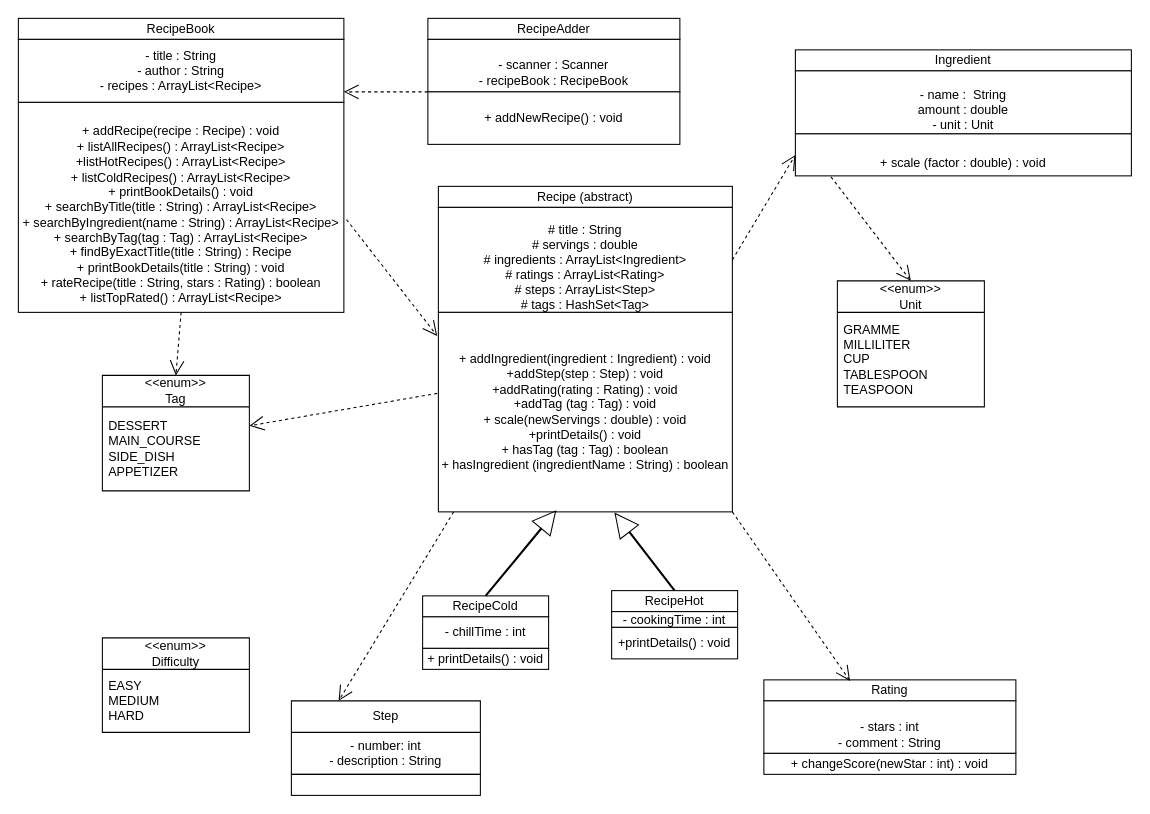
The draw.io diagram UML_LIA Part1.drawio in HTbuilderKid/Recipe_Book_Project, before the edit. Source tidied: cells renumbered, new cells numbered last; positions are measured from the earlier drawing's top-left corner, leaving out a move shared by most shapes. Both pictures are drawn from the tidied source at 105%, with x=0, y=0 at pixel (18, 18).
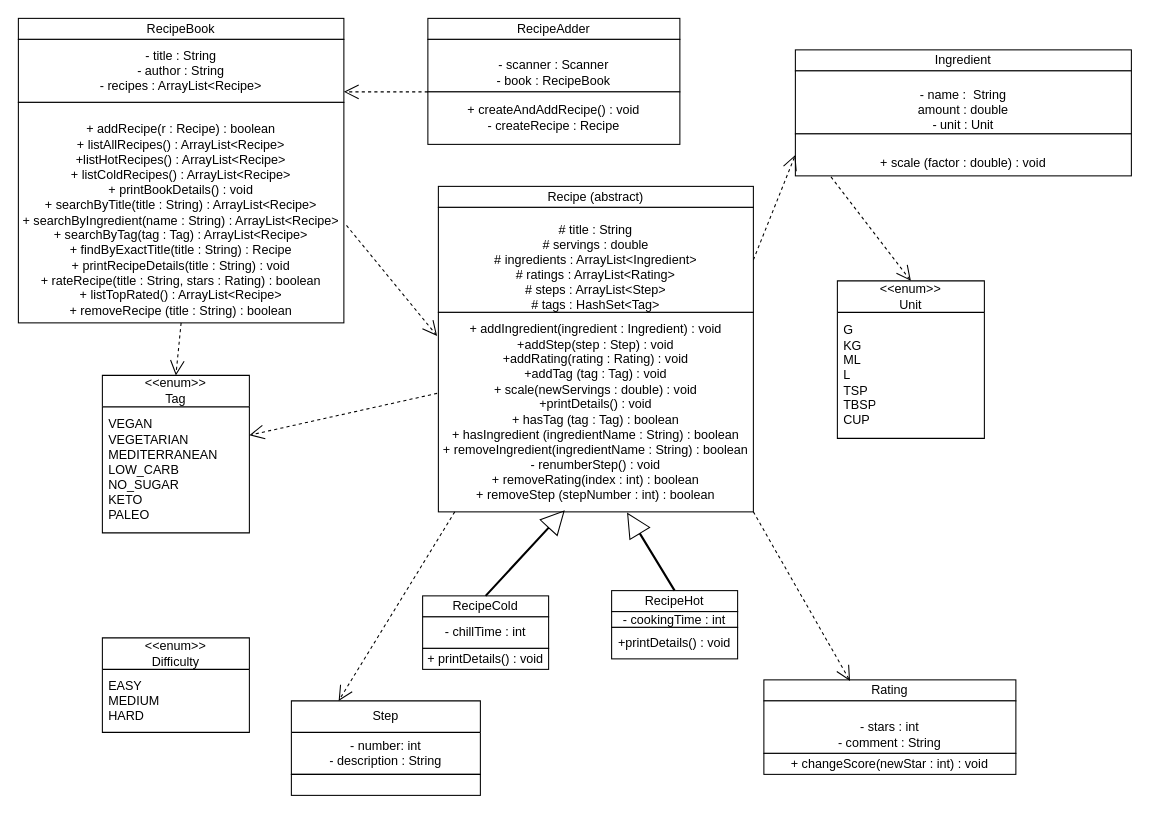
Above is the later version.

What changed in the source:
```diff
@@
-    <mxCell id="4" value="&lt;div&gt;&lt;br&gt;&lt;/div&gt;&lt;div&gt;+ addRecipe(recipe : Recipe) : void&lt;/div&gt;&lt;div&gt;+ listAllRecipes() : ArrayList&amp;lt;Recipe&amp;gt;&lt;/div&gt;&lt;div&gt;+listHotRecipes() : ArrayList&amp;lt;Recipe&amp;gt;&lt;/div&gt;&lt;div&gt;+ listColdRecipes() : ArrayList&amp;lt;Recipe&amp;gt;&lt;/div&gt;&lt;div&gt;+ printBookDetails() : void&lt;/div&gt;&lt;div&gt;+ searchByTitle(title : String) : ArrayList&amp;lt;Recipe&amp;gt;&lt;/div&gt;&lt;div&gt;+ searchByIngredient(name : String) : ArrayList&amp;lt;Recipe&amp;gt;&lt;/div&gt;&lt;div&gt;+ searchByTag(tag : Tag) : ArrayList&amp;lt;Recipe&amp;gt;&lt;/div&gt;&lt;div&gt;+ findByExactTitle(title : String) : Recipe&lt;/div&gt;&lt;div&gt;+ printBookDetails(title : String) : void&lt;/div&gt;&lt;div&gt;+ rateRecipe(title : String, stars : Rating) : boolean&lt;/div&gt;&lt;div&gt;+ listTopRated() : ArrayList&amp;lt;Recipe&amp;gt;&lt;/div&gt;" style="rounded=0;whiteSpace=wrap;html=1;" parent="1" vertex="1">
-      <mxGeometry y="80" width="310" height="200" as="geometry" />
+    <mxCell id="4" value="&lt;div&gt;&lt;br&gt;&lt;/div&gt;&lt;div&gt;+ addRecipe(r : Recipe) : boolean&lt;/div&gt;&lt;div&gt;+ listAllRecipes() : ArrayList&amp;lt;Recipe&amp;gt;&lt;/div&gt;&lt;div&gt;+listHotRecipes() : ArrayList&amp;lt;Recipe&amp;gt;&lt;/div&gt;&lt;div&gt;+ listColdRecipes() : ArrayList&amp;lt;Recipe&amp;gt;&lt;/div&gt;&lt;div&gt;+ printBookDetails() : void&lt;/div&gt;&lt;div&gt;+ searchByTitle(title : String) : ArrayList&amp;lt;Recipe&amp;gt;&lt;/div&gt;&lt;div&gt;+ searchByIngredient(name : String) : ArrayList&amp;lt;Recipe&amp;gt;&lt;/div&gt;&lt;div&gt;+ searchByTag(tag : Tag) : ArrayList&amp;lt;Recipe&amp;gt;&lt;/div&gt;&lt;div&gt;+ findByExactTitle(title : String) : Recipe&lt;/div&gt;&lt;div&gt;+ printRecipeDetails(title : String) : void&lt;/div&gt;&lt;div&gt;+ rateRecipe(title : String, stars : Rating) : boolean&lt;/div&gt;&lt;div&gt;+ listTopRated() : ArrayList&amp;lt;Recipe&amp;gt;&lt;/div&gt;&lt;div&gt;+ removeRecipe (title : String) : boolean&lt;/div&gt;" style="rounded=0;whiteSpace=wrap;html=1;" parent="1" vertex="1">
+      <mxGeometry y="80" width="310" height="210" as="geometry" />
     </mxCell>
     <mxCell id="5" value="Recipe (abstract)" style="rounded=0;whiteSpace=wrap;html=1;" parent="1" vertex="1">
-      <mxGeometry x="400" y="160" width="280" height="20" as="geometry" />
+      <mxGeometry x="400" y="160" width="300" height="20" as="geometry" />
     </mxCell>
     <mxCell id="6" value="&lt;br&gt;&lt;div&gt;# title : String&lt;/div&gt;&lt;div&gt;# servings : double&lt;/div&gt;&lt;div&gt;# ingredients : ArrayList&amp;lt;Ingredient&amp;gt;&lt;/div&gt;&lt;div&gt;# ratings : ArrayList&amp;lt;Rating&amp;gt;&lt;/div&gt;&lt;div&gt;# steps : ArrayList&amp;lt;Step&amp;gt;&lt;/div&gt;&lt;div&gt;# tags : HashSet&amp;lt;Tag&amp;gt;&lt;/div&gt;" style="rounded=0;whiteSpace=wrap;html=1;" parent="1" vertex="1">
-      <mxGeometry x="400" y="180" width="280" height="100" as="geometry" />
+      <mxGeometry x="400" y="180" width="300" height="100" as="geometry" />
     </mxCell>
-    <mxCell id="7" value="&lt;div&gt;&lt;br&gt;&lt;/div&gt;&lt;div&gt;+ addIngredient(ingredient : Ingredient) : void&lt;/div&gt;&lt;div&gt;+addStep(step : Step) : void&lt;/div&gt;&lt;div&gt;+addRating(rating : Rating) : void&lt;/div&gt;&lt;div&gt;+addTag (tag : Tag) : void&lt;/div&gt;&lt;div&gt;+ scale(newServings : double) : void&lt;/div&gt;&lt;div&gt;+printDetails() : void&lt;/div&gt;&lt;div&gt;+ hasTag (tag : Tag) : boolean&lt;/div&gt;&lt;div&gt;+ hasIngredient (ingredientName : String) : boolean&lt;/div&gt;&lt;div&gt;&lt;br&gt;&lt;/div&gt;" style="rounded=0;whiteSpace=wrap;html=1;" parent="1" vertex="1">
-      <mxGeometry x="400" y="280" width="280" height="190" as="geometry" />
+    <mxCell id="7" value="&lt;div&gt;&lt;br&gt;&lt;/div&gt;&lt;div&gt;+ addIngredient(ingredient : Ingredient) : void&lt;/div&gt;&lt;div&gt;+addStep(step : Step) : void&lt;/div&gt;&lt;div&gt;+addRating(rating : Rating) : void&lt;/div&gt;&lt;div&gt;+addTag (tag : Tag) : void&lt;/div&gt;&lt;div&gt;+ scale(newServings : double) : void&lt;/div&gt;&lt;div&gt;+printDetails() : void&lt;/div&gt;&lt;div&gt;+ hasTag (tag : Tag) : boolean&lt;/div&gt;&lt;div&gt;+ hasIngredient (ingredientName : String) : boolean&lt;/div&gt;&lt;div&gt;+ removeIngredient(ingredientName : String) : boolean&lt;/div&gt;&lt;div&gt;- renumberStep() : void&lt;/div&gt;&lt;div&gt;+ removeRating(index : int) : boolean&lt;/div&gt;&lt;div&gt;+ removeStep (stepNumber : int) : boolean&lt;/div&gt;&lt;div&gt;&lt;br&gt;&lt;/div&gt;" style="rounded=0;whiteSpace=wrap;html=1;" parent="1" vertex="1">
+      <mxGeometry x="400" y="280" width="300" height="190" as="geometry" />
     </mxCell>
@@
-    <mxCell id="15" value="&lt;br&gt;&lt;div&gt;- scanner : Scanner&lt;/div&gt;&lt;div&gt;- recipeBook : RecipeBook&lt;/div&gt;" style="rounded=0;whiteSpace=wrap;html=1;" parent="1" vertex="1">
+    <mxCell id="15" value="&lt;br&gt;&lt;div&gt;- scanner : Scanner&lt;/div&gt;&lt;div&gt;- book : RecipeBook&lt;/div&gt;" style="rounded=0;whiteSpace=wrap;html=1;" parent="1" vertex="1">
       <mxGeometry x="390" y="20" width="240" height="50" as="geometry" />
     </mxCell>
-    <mxCell id="16" value="&lt;div&gt;+ addNewRecipe() : void&lt;/div&gt;" style="rounded=0;whiteSpace=wrap;html=1;" parent="1" vertex="1">
+    <mxCell id="16" value="&lt;div&gt;+ createAndAddRecipe() : void&lt;/div&gt;&lt;div&gt;- createRecipe : Recipe&lt;/div&gt;" style="rounded=0;whiteSpace=wrap;html=1;" parent="1" vertex="1">
       <mxGeometry x="390" y="70" width="240" height="50" as="geometry" />
     </mxCell>
@@
     <mxCell id="23" value="&amp;lt;&amp;lt;enum&amp;gt;&amp;gt;&lt;div&gt;Unit&lt;/div&gt;" style="swimlane;fontStyle=0;horizontal=1;startSize=30;whiteSpace=wrap;html=1;" parent="1" vertex="1">
-      <mxGeometry x="780" y="250" width="140" height="120" as="geometry" />
+      <mxGeometry x="780" y="250" width="140" height="150" as="geometry" />
     </mxCell>
-    <mxCell id="24" value="GRAMME&lt;div&gt;MILLILITER&lt;/div&gt;&lt;div&gt;CUP&lt;/div&gt;&lt;div&gt;TABLESPOON&lt;/div&gt;&lt;div&gt;TEASPOON&lt;/div&gt;" style="text;strokeColor=none;fillColor=none;align=left;verticalAlign=middle;spacingLeft=4;spacingRight=4;overflow=hidden;whiteSpace=wrap;html=1;" parent="23" vertex="1">
-      <mxGeometry y="30" width="140" height="90" as="geometry" />
+    <mxCell id="24" value="G&lt;div&gt;KG&lt;/div&gt;&lt;div&gt;ML&lt;/div&gt;&lt;div&gt;L&lt;/div&gt;&lt;div&gt;TSP&lt;/div&gt;&lt;div&gt;TBSP&lt;/div&gt;&lt;div&gt;CUP&lt;/div&gt;" style="text;strokeColor=none;fillColor=none;align=left;verticalAlign=middle;spacingLeft=4;spacingRight=4;overflow=hidden;whiteSpace=wrap;html=1;" parent="23" vertex="1">
+      <mxGeometry y="30" width="140" height="120" as="geometry" />
     </mxCell>
     <mxCell id="25" value="&amp;lt;&amp;lt;enum&amp;gt;&amp;gt;&lt;div&gt;Tag&lt;/div&gt;" style="swimlane;fontStyle=0;horizontal=1;startSize=30;whiteSpace=wrap;html=1;" parent="1" vertex="1">
-      <mxGeometry x="80" y="340" width="140" height="110" as="geometry" />
+      <mxGeometry x="80" y="340" width="140" height="150" as="geometry" />
     </mxCell>
-    <mxCell id="26" value="DESSERT&lt;div&gt;MAIN_COURSE&lt;/div&gt;&lt;div&gt;SIDE_DISH&lt;/div&gt;&lt;div&gt;APPETIZER&lt;/div&gt;" style="text;strokeColor=none;fillColor=none;align=left;verticalAlign=middle;spacingLeft=4;spacingRight=4;overflow=hidden;points=[[0,0.5],[1,0.5]];portConstraint=eastwest;whiteSpace=wrap;html=1;" parent="25" vertex="1">
-      <mxGeometry y="30" width="140" height="80" as="geometry" />
+    <mxCell id="26" value="VEGAN&lt;div&gt;VEGETARIAN&lt;/div&gt;&lt;div&gt;MEDITERRANEAN&lt;/div&gt;&lt;div&gt;LOW_CARB&lt;/div&gt;&lt;div&gt;NO_SUGAR&lt;/div&gt;&lt;div&gt;KETO&lt;/div&gt;&lt;div&gt;PALEO&lt;/div&gt;" style="text;strokeColor=none;fillColor=none;align=left;verticalAlign=middle;spacingLeft=4;spacingRight=4;overflow=hidden;points=[[0,0.5],[1,0.5]];portConstraint=eastwest;whiteSpace=wrap;html=1;" parent="25" vertex="1">
+      <mxGeometry y="30" width="140" height="120" as="geometry" />
     </mxCell>
```
